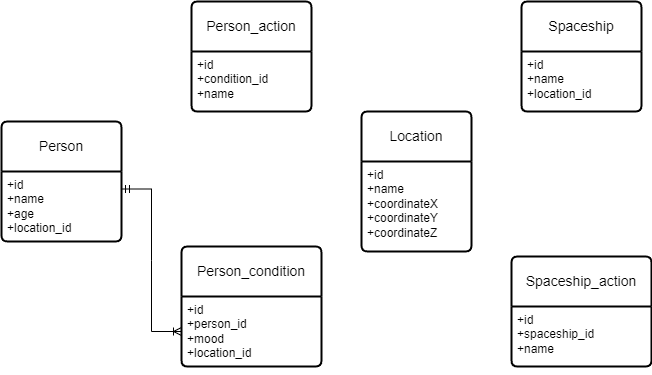
Before: DataBases/lab1/InfologicDiagram.drawio.png, a diagram exported from draw.io (EgorovaVarvara/ITMO). Source tidied: cells renumbered, new cells last; positions are measured from the earlier drawing's top-left corner, leaving out a move shared by most shapes.
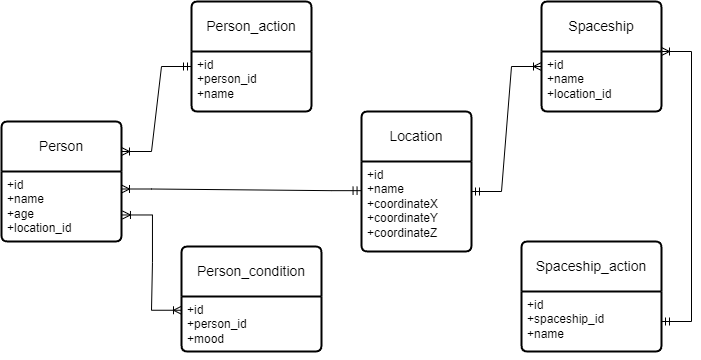
The same file after the commit.

The edit, as a diff of the source:
```diff
@@ -14,14 +14,14 @@
     <mxCell id="5" value="Person_action" style="swimlane;horizontal=1;startSize=50;rounded=1;fontSize=14;fontStyle=0;strokeWidth=2;shadow=0;dashed=0;align=center;arcSize=4;whiteSpace=wrap;html=1;" parent="1" vertex="1">
       <mxGeometry x="190" width="120" height="110" as="geometry" />
     </mxCell>
-    <mxCell id="6" value="+id&lt;br&gt;+condition_id&lt;br&gt;+name" style="align=left;strokeColor=none;fillColor=none;spacingLeft=4;fontSize=12;verticalAlign=top;html=1;" parent="5" vertex="1">
+    <mxCell id="6" value="+id&lt;br&gt;+person_id&lt;br&gt;+name" style="align=left;strokeColor=none;fillColor=none;spacingLeft=4;fontSize=12;verticalAlign=top;html=1;" parent="5" vertex="1">
       <mxGeometry y="50" width="120" height="60" as="geometry" />
     </mxCell>
     <mxCell id="7" value="Person_condition" style="swimlane;horizontal=1;startSize=50;rounded=1;fontSize=14;fontStyle=0;strokeWidth=2;shadow=0;dashed=0;align=center;arcSize=4;whiteSpace=wrap;html=1;" parent="1" vertex="1">
-      <mxGeometry x="180" y="245" width="140" height="120" as="geometry" />
+      <mxGeometry x="180" y="245" width="140" height="105" as="geometry" />
     </mxCell>
-    <mxCell id="8" value="+id&lt;br&gt;+person_id&lt;br&gt;+mood&lt;br&gt;+location_id" style="align=left;strokeColor=none;fillColor=none;spacingLeft=4;fontSize=12;verticalAlign=top;html=1;" parent="7" vertex="1">
-      <mxGeometry y="50" width="140" height="70" as="geometry" />
+    <mxCell id="8" value="+id&lt;br&gt;+person_id&lt;br&gt;+mood" style="align=left;strokeColor=none;fillColor=none;spacingLeft=4;fontSize=12;verticalAlign=top;html=1;" parent="7" vertex="1">
+      <mxGeometry y="50" width="140" height="55" as="geometry" />
     </mxCell>
     <mxCell id="9" value="Location" style="swimlane;horizontal=1;startSize=50;rounded=1;fontSize=14;fontStyle=0;strokeWidth=2;shadow=0;dashed=0;align=center;arcSize=4;whiteSpace=wrap;html=1;" parent="1" vertex="1">
       <mxGeometry x="360" y="110" width="110" height="140" as="geometry" />
@@ -30,13 +30,13 @@
       <mxGeometry y="50" width="110" height="90" as="geometry" />
     </mxCell>
     <mxCell id="11" value="Spaceship" style="swimlane;horizontal=1;startSize=50;rounded=1;fontSize=14;fontStyle=0;strokeWidth=2;shadow=0;dashed=0;align=center;arcSize=4;whiteSpace=wrap;html=1;" parent="1" vertex="1">
-      <mxGeometry x="520" width="120" height="110" as="geometry" />
+      <mxGeometry x="540" width="120" height="110" as="geometry" />
     </mxCell>
     <mxCell id="12" value="+id&lt;br&gt;+name&lt;br&gt;+location_id" style="align=left;strokeColor=none;fillColor=none;spacingLeft=4;fontSize=12;verticalAlign=top;html=1;" parent="11" vertex="1">
       <mxGeometry y="50" width="120" height="60" as="geometry" />
     </mxCell>
     <mxCell id="13" value="Spaceship_action" style="swimlane;horizontal=1;startSize=50;rounded=1;fontSize=14;fontStyle=0;strokeWidth=2;shadow=0;dashed=0;align=center;arcSize=4;whiteSpace=wrap;html=1;" parent="1" vertex="1">
-      <mxGeometry x="510" y="255" width="140" height="110" as="geometry" />
+      <mxGeometry x="520" y="240" width="140" height="110" as="geometry" />
     </mxCell>
     <mxCell id="14" value="+id&lt;br&gt;+spaceship_id&lt;br&gt;+name" style="align=left;strokeColor=none;fillColor=none;spacingLeft=4;fontSize=12;verticalAlign=top;html=1;" parent="13" vertex="1">
       <mxGeometry y="50" width="140" height="60" as="geometry" />
@@ -44,14 +44,43 @@
     <mxCell id="15" style="edgeStyle=orthogonalEdgeStyle;rounded=0;orthogonalLoop=1;jettySize=auto;html=1;exitX=0.5;exitY=1;exitDx=0;exitDy=0;" parent="13" edge="1" source="14" target="14">
       <mxGeometry relative="1" as="geometry" />
     </mxCell>
+    <mxCell id="17" style="edgeStyle=entityRelationEdgeStyle;fontSize=12;html=1;endArrow=ERoneToMany;startArrow=ERmandOne;rounded=0;entryX=1;entryY=0.25;entryDx=0;entryDy=0;exitX=-0.004;exitY=0.324;exitDx=0;exitDy=0;exitPerimeter=0;" parent="1" edge="1" source="10" target="3">
+      <mxGeometry relative="1" as="geometry">
+        <Array as="points">
+          <mxPoint x="140" y="140" />
+        </Array>
+      </mxGeometry>
+    </mxCell>
+    <mxCell id="18" style="edgeStyle=entityRelationEdgeStyle;fontSize=12;html=1;endArrow=ERoneToMany;startArrow=ERmandOne;rounded=0;entryX=1;entryY=0.25;entryDx=0;entryDy=0;exitX=0;exitY=0.25;exitDx=0;exitDy=0;" parent="1" edge="1" source="6" target="2">
+      <mxGeometry relative="1" as="geometry">
+        <Array as="points">
+          <mxPoint x="140" y="90" />
+        </Array>
+      </mxGeometry>
+    </mxCell>
+    <mxCell id="19" style="edgeStyle=entityRelationEdgeStyle;fontSize=12;html=1;endArrow=ERoneToMany;startArrow=ERmandOne;rounded=0;entryX=0;entryY=0.25;entryDx=0;entryDy=0;" parent="1" edge="1" target="12">
+      <mxGeometry relative="1" as="geometry">
+        <mxPoint x="470" y="190" as="sourcePoint" />
+        <Array as="points">
+          <mxPoint x="880" y="180" />
+        </Array>
+      </mxGeometry>
+    </mxCell>
-    <mxCell id="16" style="edgeStyle=entityRelationEdgeStyle;fontSize=12;html=1;endArrow=ERoneToMany;startArrow=ERmandOne;rounded=0;exitX=1;exitY=0.25;exitDx=0;exitDy=0;entryX=0;entryY=0.5;entryDx=0;entryDy=0;" parent="1" edge="1" source="3" target="8">
+    <mxCell id="16" style="edgeStyle=entityRelationEdgeStyle;fontSize=12;html=1;endArrow=ERoneToMany;startArrow=ERoneToMany;rounded=0;entryX=0;entryY=0.25;entryDx=0;entryDy=0;exitX=1.008;exitY=0.621;exitDx=0;exitDy=0;exitPerimeter=0;" parent="1" edge="1" source="3" target="8">
       <mxGeometry relative="1" as="geometry">
         <Array as="points">
-          <mxPoint x="150" y="230" />
-          <mxPoint x="150" y="240" />
-          <mxPoint x="150" y="250" />
+          <mxPoint x="100" y="340" />
         </Array>
       </mxGeometry>
     </mxCell>
+    <mxCell id="20" style="edgeStyle=entityRelationEdgeStyle;fontSize=12;html=1;endArrow=ERoneToMany;startArrow=ERmandOne;rounded=0;entryX=1;entryY=0;entryDx=0;entryDy=0;exitX=1;exitY=0.5;exitDx=0;exitDy=0;" parent="1" edge="1" source="14" target="12">
+      <mxGeometry relative="1" as="geometry">
+        <Array as="points">
+          <mxPoint x="668.4" y="189.1" />
+          <mxPoint x="740" y="285.6" />
+          <mxPoint x="720" y="215.6" />
+        </Array>
+      </mxGeometry>
+    </mxCell>
   </root>
 </mxGraphModel>
```
